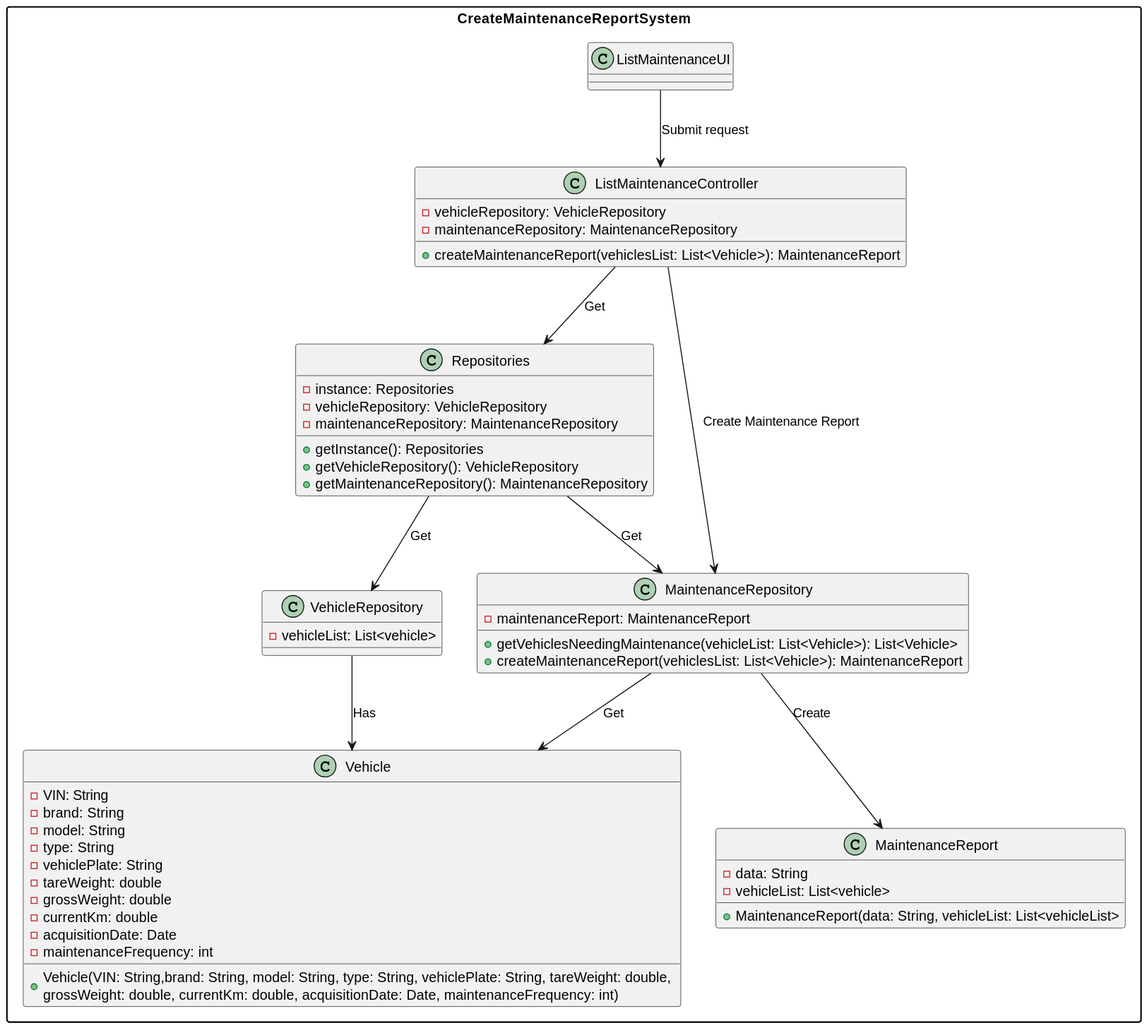
This is docs/sprintB/us008/03.design/svg/us008-class-diagram.svg from ricardomm7/leaflink, a PlantUML export, as it was before one commit.
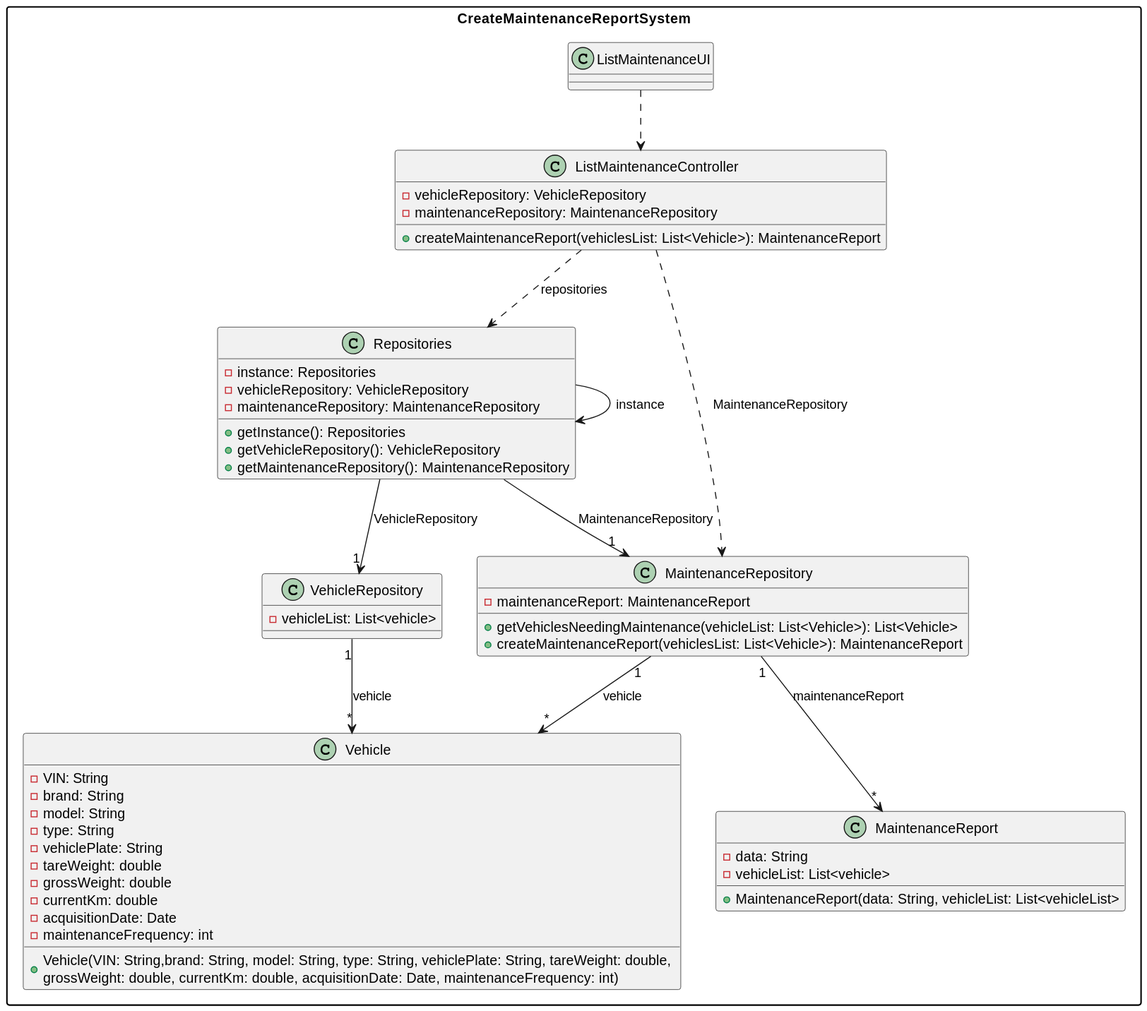
The same diagram one commit later.

Change to the diagram source:
```diff
@@ -61,13 +61,14 @@
 
 }
 
-ListMaintenanceUI --> ListMaintenanceController: Submit request
-ListMaintenanceController --> Repositories: Get
-ListMaintenanceController --> MaintenanceRepository: Create Maintenance Report
-Repositories --> VehicleRepository: Get
-Repositories --> MaintenanceRepository: Get
-VehicleRepository --> Vehicle: Has
-MaintenanceRepository --> Vehicle: Get
-MaintenanceRepository --> MaintenanceReport: Create
+ListMaintenanceUI ..> ListMaintenanceController
+ListMaintenanceController ..> Repositories: repositories
+Repositories --> Repositories: instance
+ListMaintenanceController ..> MaintenanceRepository: MaintenanceRepository
+Repositories --> "1"VehicleRepository: VehicleRepository
+Repositories --> "1"MaintenanceRepository: MaintenanceRepository
+VehicleRepository "1"--> "*"Vehicle: vehicle
+MaintenanceRepository "1"--> "*"Vehicle: vehicle
+MaintenanceRepository "1"-->"*" MaintenanceReport: maintenanceReport
 }
 @enduml
```
